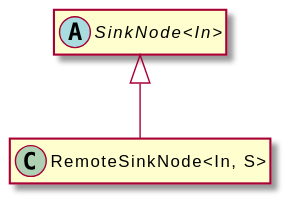
Before: assets/RemoteSinkNode-umlClassDiagram-12682.svg, a diagram exported from PlantUML (OpenHPS/openhps-core). Its diagram source:
```plantuml
@startuml
skinparam BackgroundColor transparent
hide empty methods
hide empty fields
class "RemoteSinkNode<In, S>" {
}
abstract class "SinkNode<In>" {
}
"SinkNode<In>" <|-- "RemoteSinkNode<In, S>"
@enduml
```
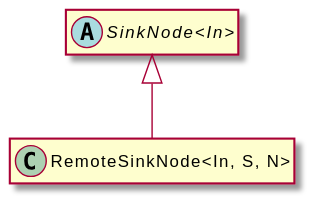
The same file after the commit.

What changed in the source:
```diff
@@ -2,9 +2,9 @@
 skinparam BackgroundColor transparent
 hide empty methods
 hide empty fields
-class "RemoteSinkNode<In, S>" {
+class "RemoteSinkNode<In, S, N>" {
 }
 abstract class "SinkNode<In>" {
 }
-"SinkNode<In>" <|-- "RemoteSinkNode<In, S>"
+"SinkNode<In>" <|-- "RemoteSinkNode<In, S, N>"
 @enduml
```
